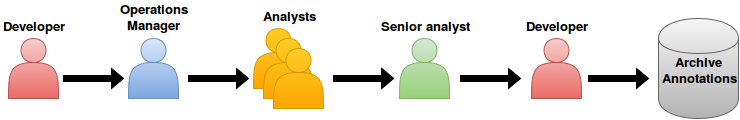
Before: res/img/review_process.png, a diagram exported from draw.io (korut94/Thesis). Source tidied: cells renumbered, new cells last; positions are measured from the earlier drawing's top-left corner, leaving out a move shared by most shapes. Its diagram source:
```xml
<mxGraphModel background="#ffffff">
  <root>
    <mxCell id="0" />
    <mxCell id="1" parent="0" />
    <mxCell id="2" style="shape=actor;whiteSpace=wrap;html=1;fontSize=13;plain-red;" parent="1" vertex="1">
      <mxGeometry y="33" width="50" height="60" as="geometry" />
    </mxCell>
    <mxCell id="3" style="shape=actor;whiteSpace=wrap;html=1;fontSize=13;plain-blue;" parent="1" vertex="1">
      <mxGeometry x="120" y="33" width="50" height="60" as="geometry" />
    </mxCell>
    <mxCell id="4" style="shape=actor;whiteSpace=wrap;html=1;fontSize=13;plain-green;" parent="1" vertex="1">
      <mxGeometry x="391" y="33" width="50" height="60" as="geometry" />
    </mxCell>
    <mxCell id="5" style="shape=actor;whiteSpace=wrap;html=1;fontSize=13;plain-red;" parent="1" vertex="1">
      <mxGeometry x="523" y="33" width="50" height="60" as="geometry" />
    </mxCell>
    <mxCell id="6" value="&lt;b&gt;Archive&lt;br&gt;Annotations&lt;/b&gt;&lt;br&gt;" style="shape=cylinder;whiteSpace=wrap;html=1;fontSize=13;plain-gray;" parent="1" vertex="1">
      <mxGeometry x="650" y="13" width="80" height="100" as="geometry" />
    </mxCell>
    <mxCell id="7" style="shape=singleArrow;whiteSpace=wrap;html=1;fillColor=#000000;fontSize=13;" parent="1" vertex="1">
      <mxGeometry x="55" y="63" width="60" height="20" as="geometry" />
    </mxCell>
    <mxCell id="8" style="shape=singleArrow;whiteSpace=wrap;html=1;fillColor=#000000;fontSize=13;" parent="1" vertex="1">
      <mxGeometry x="180" y="63" width="60" height="20" as="geometry" />
    </mxCell>
    <mxCell id="9" style="group;" parent="1" vertex="1">
      <mxGeometry x="245" y="23" width="70" height="80" as="geometry" />
    </mxCell>
    <mxCell id="10" style="shape=actor;whiteSpace=wrap;html=1;fontSize=13;plain-orange;" parent="9" vertex="1">
      <mxGeometry width="50" height="60" as="geometry" />
    </mxCell>
    <mxCell id="11" style="shape=actor;whiteSpace=wrap;html=1;fontSize=13;plain-orange;" parent="9" vertex="1">
      <mxGeometry x="10" y="10" width="50" height="60" as="geometry" />
    </mxCell>
    <mxCell id="12" style="shape=actor;whiteSpace=wrap;html=1;fontSize=13;plain-orange;" parent="9" vertex="1">
      <mxGeometry x="20" y="20" width="50" height="60" as="geometry" />
    </mxCell>
    <mxCell id="13" style="shape=singleArrow;whiteSpace=wrap;html=1;fillColor=#FFFFFF;fontSize=13;" parent="1" vertex="1">
      <mxGeometry x="325" y="63" width="60" height="20" as="geometry" />
    </mxCell>
    <mxCell id="14" style="shape=singleArrow;whiteSpace=wrap;html=1;fillColor=#000000;fontSize=13;" parent="1" vertex="1">
      <mxGeometry x="325" y="63" width="60" height="20" as="geometry" />
    </mxCell>
    <mxCell id="15" style="shape=singleArrow;whiteSpace=wrap;html=1;fillColor=#000000;fontSize=13;" parent="1" vertex="1">
      <mxGeometry x="452" y="63" width="60" height="20" as="geometry" />
    </mxCell>
    <mxCell id="16" style="shape=singleArrow;whiteSpace=wrap;html=1;fillColor=#000000;fontSize=13;" parent="1" vertex="1">
      <mxGeometry x="580" y="63" width="60" height="20" as="geometry" />
    </mxCell>
    <mxCell id="17" value="&lt;b&gt;Developer&lt;/b&gt;" style="text;html=1;strokeColor=none;fillColor=none;align=center;verticalAlign=middle;whiteSpace=wrap;fontSize=13;" parent="1" vertex="1">
      <mxGeometry x="5" y="10" width="40" height="20" as="geometry" />
    </mxCell>
    <mxCell id="18" value="&lt;b&gt;Operations Manager&lt;/b&gt;&lt;br&gt;" style="text;html=1;strokeColor=none;fillColor=none;align=center;verticalAlign=middle;whiteSpace=wrap;fontSize=13;" parent="1" vertex="1">
      <mxGeometry x="125" width="40" height="20" as="geometry" />
    </mxCell>
    <mxCell id="19" value="&lt;b&gt;Analysts&lt;/b&gt;" style="text;html=1;strokeColor=none;fillColor=none;align=center;verticalAlign=middle;whiteSpace=wrap;fontSize=13;" parent="1" vertex="1">
      <mxGeometry x="260" width="40" height="20" as="geometry" />
    </mxCell>
    <mxCell id="20" value="&lt;b&gt;Senior analyst&lt;br&gt;&lt;/b&gt;" style="text;html=1;strokeColor=none;fillColor=none;align=center;verticalAlign=middle;whiteSpace=wrap;fontSize=13;" parent="1" vertex="1">
      <mxGeometry x="364" y="10" width="104" height="20" as="geometry" />
    </mxCell>
    <mxCell id="21" value="&lt;b&gt;Developer&lt;/b&gt;" style="text;html=1;strokeColor=none;fillColor=none;align=center;verticalAlign=middle;whiteSpace=wrap;fontSize=13;" parent="1" vertex="1">
      <mxGeometry x="528" y="10" width="40" height="20" as="geometry" />
    </mxCell>
  </root>
</mxGraphModel>
```
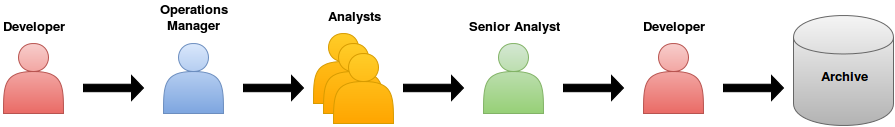
The same diagram one commit later.

Commit message:
Correct label for the phases

The edit, as a diff of the source:
```diff
@@ -3,64 +3,61 @@
     <mxCell id="0" />
     <mxCell id="1" parent="0" />
     <mxCell id="2" style="shape=actor;whiteSpace=wrap;html=1;fontSize=13;plain-red;" parent="1" vertex="1">
-      <mxGeometry y="33" width="50" height="60" as="geometry" />
+      <mxGeometry x="10" y="191" width="60" height="70" as="geometry" />
     </mxCell>
-    <mxCell id="3" style="shape=actor;whiteSpace=wrap;html=1;fontSize=13;plain-blue;" parent="1" vertex="1">
-      <mxGeometry x="120" y="33" width="50" height="60" as="geometry" />
-    </mxCell>
+    <mxCell id="10" style="shape=actor;whiteSpace=wrap;html=1;fontSize=13;plain-blue;" parent="1" vertex="1">
+      <mxGeometry x="170" y="191" width="60" height="70" as="geometry" />
+    </mxCell>
+    <mxCell id="22" style="shape=actor;whiteSpace=wrap;html=1;fontSize=13;plain-green;" parent="1" vertex="1">
+      <mxGeometry x="490" y="191" width="60" height="70" as="geometry" />
+    </mxCell>
+    <mxCell id="23" style="shape=actor;whiteSpace=wrap;html=1;fontSize=13;plain-red;" parent="1" vertex="1">
+      <mxGeometry x="650" y="191" width="60" height="70" as="geometry" />
+    </mxCell>
+    <mxCell id="24" value="&lt;b&gt;Archive&lt;/b&gt;" style="shape=cylinder;whiteSpace=wrap;html=1;fontSize=13;plain-gray;verticalAlign=middle;spacingBottom=0;spacingTop=10;" parent="1" vertex="1">
+      <mxGeometry x="800" y="163" width="100" height="110" as="geometry" />
+    </mxCell>
-    <mxCell id="4" style="shape=actor;whiteSpace=wrap;html=1;fontSize=13;plain-green;" parent="1" vertex="1">
-      <mxGeometry x="391" y="33" width="50" height="60" as="geometry" />
+    <mxCell id="4" style="group;" parent="1" vertex="1">
+      <mxGeometry x="320" y="181" width="80" height="90" as="geometry" />
     </mxCell>
+    <mxCell id="25" style="shape=actor;whiteSpace=wrap;html=1;fontSize=13;plain-orange;" parent="4" vertex="1">
+      <mxGeometry width="60" height="70" as="geometry" />
+    </mxCell>
+    <mxCell id="11" style="shape=actor;whiteSpace=wrap;html=1;fontSize=13;plain-orange;" parent="4" vertex="1">
+      <mxGeometry x="10" y="10" width="60" height="70" as="geometry" />
+    </mxCell>
+    <mxCell id="12" style="shape=actor;whiteSpace=wrap;html=1;fontSize=13;plain-orange;" parent="4" vertex="1">
+      <mxGeometry x="20" y="20" width="60" height="70" as="geometry" />
+    </mxCell>
-    <mxCell id="5" style="shape=actor;whiteSpace=wrap;html=1;fontSize=13;plain-red;" parent="1" vertex="1">
-      <mxGeometry x="523" y="33" width="50" height="60" as="geometry" />
+    <mxCell id="5" value="Developer" style="text;html=1;strokeColor=none;fillColor=none;align=center;verticalAlign=middle;whiteSpace=wrap;fontSize=13;fontStyle=1;" parent="1" vertex="1">
+      <mxGeometry x="20" y="163" width="40" height="20" as="geometry" />
     </mxCell>
-    <mxCell id="6" value="&lt;b&gt;Archive&lt;br&gt;Annotations&lt;/b&gt;&lt;br&gt;" style="shape=cylinder;whiteSpace=wrap;html=1;fontSize=13;plain-gray;" parent="1" vertex="1">
-      <mxGeometry x="650" y="13" width="80" height="100" as="geometry" />
+    <mxCell id="6" value="Developer" style="text;html=1;strokeColor=none;fillColor=none;align=center;verticalAlign=middle;whiteSpace=wrap;fontSize=13;fontStyle=1;" parent="1" vertex="1">
+      <mxGeometry x="660" y="163" width="40" height="20" as="geometry" />
     </mxCell>
-    <mxCell id="7" style="shape=singleArrow;whiteSpace=wrap;html=1;fillColor=#000000;fontSize=13;" parent="1" vertex="1">
-      <mxGeometry x="55" y="63" width="60" height="20" as="geometry" />
+    <mxCell id="7" value="Operations Manager&lt;br&gt;" style="text;html=1;strokeColor=none;fillColor=none;align=center;verticalAlign=middle;whiteSpace=wrap;fontSize=13;fontStyle=1;" parent="1" vertex="1">
+      <mxGeometry x="180" y="153" width="40" height="20" as="geometry" />
     </mxCell>
-    <mxCell id="8" style="shape=singleArrow;whiteSpace=wrap;html=1;fillColor=#000000;fontSize=13;" parent="1" vertex="1">
-      <mxGeometry x="180" y="63" width="60" height="20" as="geometry" />
-    </mxCell>
-    <mxCell id="9" style="group;" parent="1" vertex="1">
-      <mxGeometry x="245" y="23" width="70" height="80" as="geometry" />
-    </mxCell>
-    <mxCell id="10" style="shape=actor;whiteSpace=wrap;html=1;fontSize=13;plain-orange;" parent="9" vertex="1">
-      <mxGeometry width="50" height="60" as="geometry" />
-    </mxCell>
-    <mxCell id="11" style="shape=actor;whiteSpace=wrap;html=1;fontSize=13;plain-orange;" parent="9" vertex="1">
-      <mxGeometry x="10" y="10" width="50" height="60" as="geometry" />
-    </mxCell>
-    <mxCell id="12" style="shape=actor;whiteSpace=wrap;html=1;fontSize=13;plain-orange;" parent="9" vertex="1">
-      <mxGeometry x="20" y="20" width="50" height="60" as="geometry" />
-    </mxCell>
-    <mxCell id="13" style="shape=singleArrow;whiteSpace=wrap;html=1;fillColor=#FFFFFF;fontSize=13;" parent="1" vertex="1">
-      <mxGeometry x="325" y="63" width="60" height="20" as="geometry" />
-    </mxCell>
-    <mxCell id="14" style="shape=singleArrow;whiteSpace=wrap;html=1;fillColor=#000000;fontSize=13;" parent="1" vertex="1">
-      <mxGeometry x="325" y="63" width="60" height="20" as="geometry" />
+    <mxCell id="14" value="Senior Analyst&lt;br&gt;" style="text;html=1;strokeColor=none;fillColor=none;align=center;verticalAlign=middle;whiteSpace=wrap;fontSize=13;fontStyle=1;" parent="1" vertex="1">
+      <mxGeometry x="470" y="163" width="100" height="20" as="geometry" />
     </mxCell>
-    <mxCell id="15" style="shape=singleArrow;whiteSpace=wrap;html=1;fillColor=#000000;fontSize=13;" parent="1" vertex="1">
-      <mxGeometry x="452" y="63" width="60" height="20" as="geometry" />
-    </mxCell>
-    <mxCell id="16" style="shape=singleArrow;whiteSpace=wrap;html=1;fillColor=#000000;fontSize=13;" parent="1" vertex="1">
-      <mxGeometry x="580" y="63" width="60" height="20" as="geometry" />
-    </mxCell>
-    <mxCell id="17" value="&lt;b&gt;Developer&lt;/b&gt;" style="text;html=1;strokeColor=none;fillColor=none;align=center;verticalAlign=middle;whiteSpace=wrap;fontSize=13;" parent="1" vertex="1">
-      <mxGeometry x="5" y="10" width="40" height="20" as="geometry" />
+    <mxCell id="17" value="Analysts" style="text;html=1;strokeColor=none;fillColor=none;align=center;verticalAlign=middle;whiteSpace=wrap;fontSize=13;fontStyle=1;" parent="1" vertex="1">
+      <mxGeometry x="340" y="153" width="40" height="20" as="geometry" />
     </mxCell>
-    <mxCell id="18" value="&lt;b&gt;Operations Manager&lt;/b&gt;&lt;br&gt;" style="text;html=1;strokeColor=none;fillColor=none;align=center;verticalAlign=middle;whiteSpace=wrap;fontSize=13;" parent="1" vertex="1">
-      <mxGeometry x="125" width="40" height="20" as="geometry" />
+    <mxCell id="18" style="shape=singleArrow;whiteSpace=wrap;html=1;fillColor=#000000;fontSize=13;" parent="1" vertex="1">
+      <mxGeometry x="90" y="223" width="60" height="25" as="geometry" />
     </mxCell>
-    <mxCell id="19" value="&lt;b&gt;Analysts&lt;/b&gt;" style="text;html=1;strokeColor=none;fillColor=none;align=center;verticalAlign=middle;whiteSpace=wrap;fontSize=13;" parent="1" vertex="1">
-      <mxGeometry x="260" width="40" height="20" as="geometry" />
-    </mxCell>
+    <mxCell id="26" style="shape=singleArrow;whiteSpace=wrap;html=1;fillColor=#000000;fontSize=13;" parent="1" vertex="1">
+      <mxGeometry x="250" y="223" width="60" height="25" as="geometry" />
+    </mxCell>
+    <mxCell id="27" style="shape=singleArrow;whiteSpace=wrap;html=1;fillColor=#000000;fontSize=13;" parent="1" vertex="1">
+      <mxGeometry x="410" y="223" width="60" height="25" as="geometry" />
+    </mxCell>
-    <mxCell id="20" value="&lt;b&gt;Senior analyst&lt;br&gt;&lt;/b&gt;" style="text;html=1;strokeColor=none;fillColor=none;align=center;verticalAlign=middle;whiteSpace=wrap;fontSize=13;" parent="1" vertex="1">
-      <mxGeometry x="364" y="10" width="104" height="20" as="geometry" />
+    <mxCell id="20" style="shape=singleArrow;whiteSpace=wrap;html=1;fillColor=#000000;fontSize=13;" parent="1" vertex="1">
+      <mxGeometry x="570" y="223" width="60" height="25" as="geometry" />
     </mxCell>
-    <mxCell id="21" value="&lt;b&gt;Developer&lt;/b&gt;" style="text;html=1;strokeColor=none;fillColor=none;align=center;verticalAlign=middle;whiteSpace=wrap;fontSize=13;" parent="1" vertex="1">
-      <mxGeometry x="528" y="10" width="40" height="20" as="geometry" />
-    </mxCell>
+    <mxCell id="28" style="shape=singleArrow;whiteSpace=wrap;html=1;fillColor=#000000;fontSize=13;" parent="1" vertex="1">
+      <mxGeometry x="730" y="223" width="60" height="25" as="geometry" />
+    </mxCell>
   </root>
 </mxGraphModel>
```
